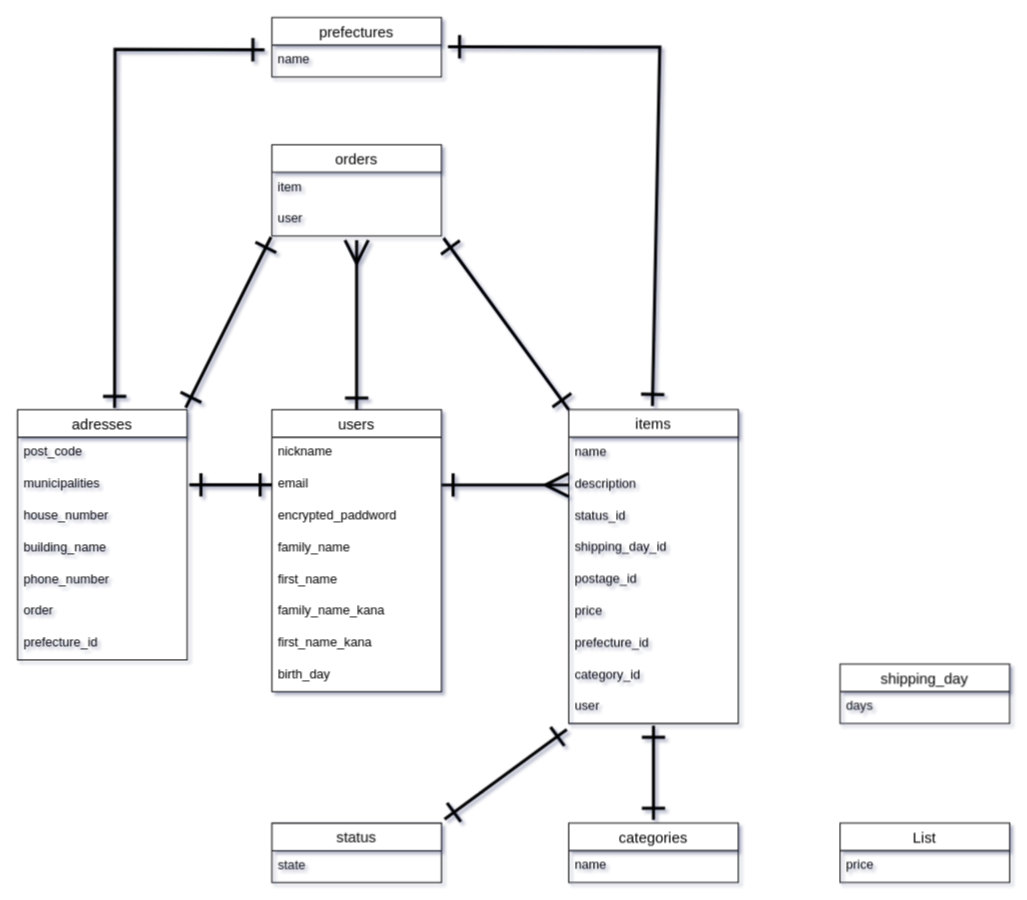
sottaku-tatuki/furima-38270 keeps this draw.io diagram as er.dio. Above is the earlier version. Source tidied: cells renumbered, new cells numbered last; positions are measured from the earlier drawing's top-left corner, leaving out a move shared by most shapes. Both pictures are drawn from the tidied source at 106%, with x=0, y=0 at pixel (17, 17).
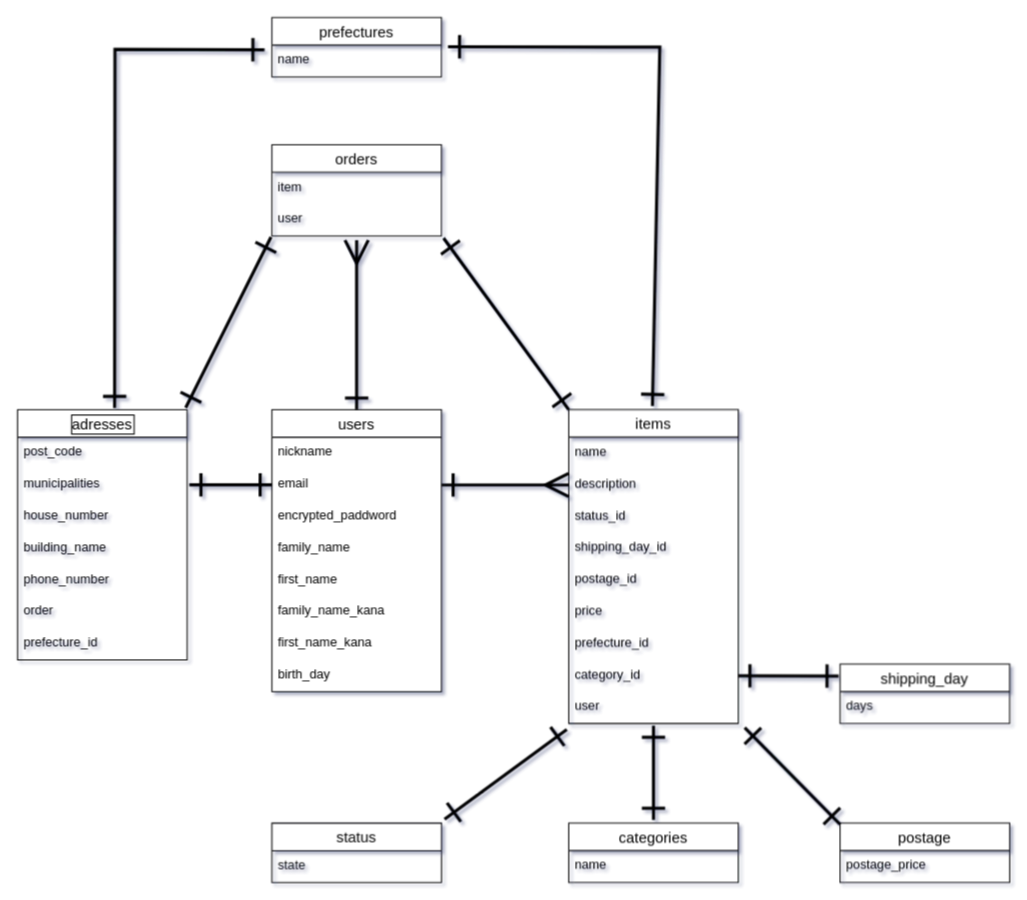
The same page after the edit.

Commit message (it also covers changes not shown here):
DB設計 take4

The change refers to these unchanged cells:
```xml
<mxCell id="21" value="category_id" style="text;strokeColor=none;fillColor=none;spacingLeft=4;spacingRight=4;overflow=hidden;points=[[0,0.5],[1,0.5]];portConstraint=eastwest;fontSize=12;" parent="13" vertex="1">
  <mxGeometry y="236" width="160" height="30" as="geometry" />
</mxCell>
<mxCell id="51" value="shipping_day" style="swimlane;fontStyle=0;horizontal=1;startSize=26;align=center;fontSize=14;" parent="1" vertex="1">
  <mxGeometry x="776" y="610" width="160" height="56" as="geometry" />
</mxCell>
```

Diff of the diagram source:
```diff
@@
-    <mxCell id="24" value="adresses" style="swimlane;fontStyle=0;horizontal=1;startSize=26;align=center;fontSize=14;" parent="1" vertex="1">
+    <mxCell id="24" value="adresses" style="swimlane;fontStyle=0;horizontal=1;startSize=26;align=center;fontSize=14;labelBorderColor=default;" parent="1" vertex="1">
       <mxGeometry y="370" width="160" height="236" as="geometry" />
     </mxCell>
@@
-    <mxCell id="49" value="List" style="swimlane;fontStyle=0;horizontal=1;startSize=26;align=center;fontSize=14;" parent="1" vertex="1">
+    <mxCell id="49" value="postage" style="swimlane;fontStyle=0;horizontal=1;startSize=26;align=center;fontSize=14;" parent="1" vertex="1">
       <mxGeometry x="776" y="760" width="160" height="56" as="geometry" />
     </mxCell>
-    <mxCell id="50" value="price" style="text;strokeColor=none;fillColor=none;spacingLeft=4;spacingRight=4;overflow=hidden;fontSize=12;" parent="49" vertex="1">
+    <mxCell id="50" value="postage_price" style="text;strokeColor=none;fillColor=none;spacingLeft=4;spacingRight=4;overflow=hidden;fontSize=12;" parent="49" vertex="1">
       <mxGeometry y="26" width="160" height="30" as="geometry" />
     </mxCell>
@@
+    <mxCell id="53" style="edgeStyle=none;jumpSize=6;html=1;entryX=0;entryY=0.022;entryDx=0;entryDy=0;entryPerimeter=0;startArrow=ERone;startFill=0;endArrow=ERone;endFill=0;startSize=18;endSize=18;strokeWidth=3;" parent="1" edge="1" target="49">
+      <mxGeometry relative="1" as="geometry">
+        <mxPoint x="686" y="670" as="sourcePoint" />
+      </mxGeometry>
+    </mxCell>
+    <mxCell id="54" style="edgeStyle=none;jumpSize=6;html=1;startArrow=ERone;startFill=0;endArrow=ERone;endFill=0;startSize=18;endSize=18;strokeWidth=3;entryX=-0.008;entryY=0.201;entryDx=0;entryDy=0;entryPerimeter=0;" parent="1" edge="1" source="21" target="51">
+      <mxGeometry relative="1" as="geometry" />
+    </mxCell>
```
